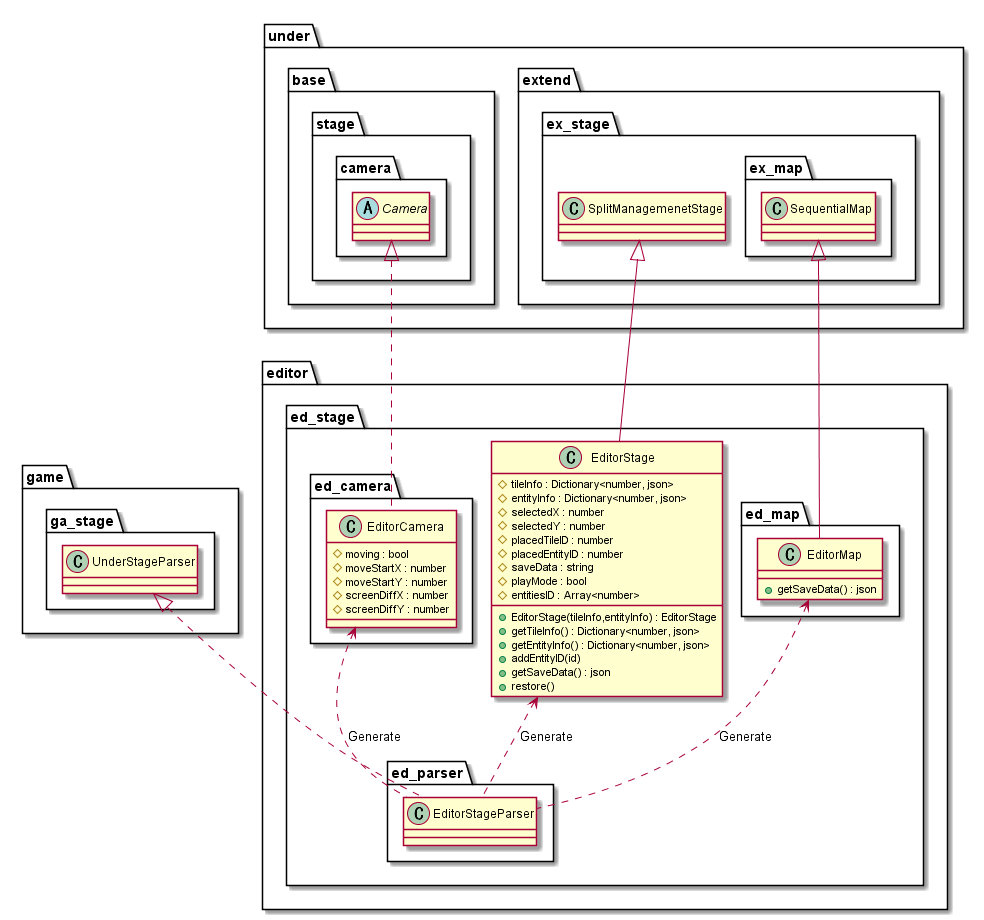
Before: out/uml/editor/Stage/EditorStage.png, a diagram exported from PlantUML (Expine/Under).
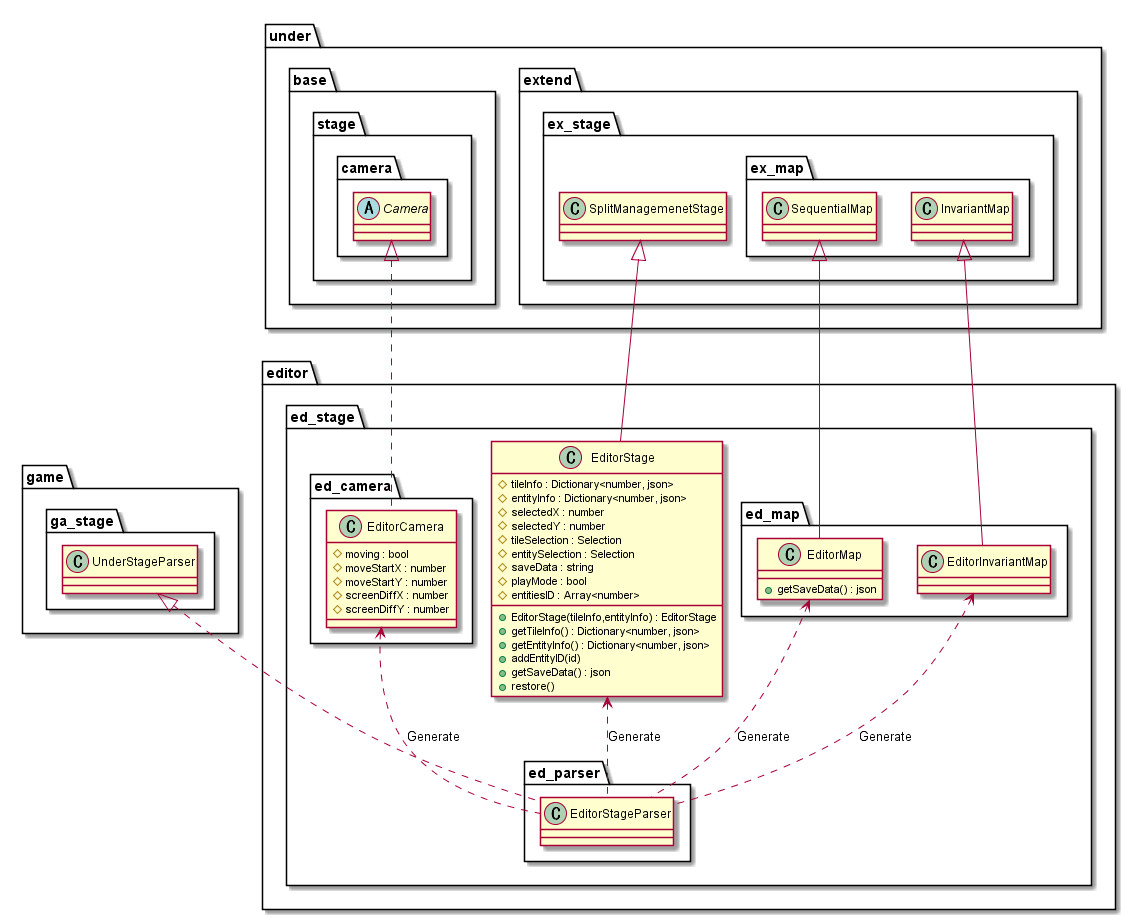
The same diagram one commit later.

Change to the diagram source:
```diff
@@ -8,8 +8,8 @@
             #entityInfo : Dictionary<number, json>
             #selectedX : number
             #selectedY : number
-            #placedTileID : number
-            #placedEntityID : number
+            #tileSelection : Selection
+            #entitySelection : Selection
             #saveData : string
             #playMode : bool
             #entitiesID : Array<number>
@@ -24,6 +24,7 @@
             class EditorMap {
                 +getSaveData() : json
             }
+            class EditorInvariantMap
         }
 
         package ed_parser {
@@ -54,6 +55,7 @@
             class SplitManagemenetStage
             package ex_map {
                 class SequentialMap
+                class InvariantMap
             }
         }
     }
@@ -68,10 +70,12 @@
 EditorStage <.. EditorStageParser : "Generate"
 EditorCamera <.. EditorStageParser : "Generate"
 EditorMap <.. EditorStageParser : "Generate"
+EditorInvariantMap <.. EditorStageParser : "Generate"
 
 Camera <|.. EditorCamera
 UnderStageParser <|.. EditorStageParser
 SplitManagemenetStage <|-- EditorStage
 SequentialMap <|-- EditorMap
+InvariantMap <|-- EditorInvariantMap
 
 @enduml
```
